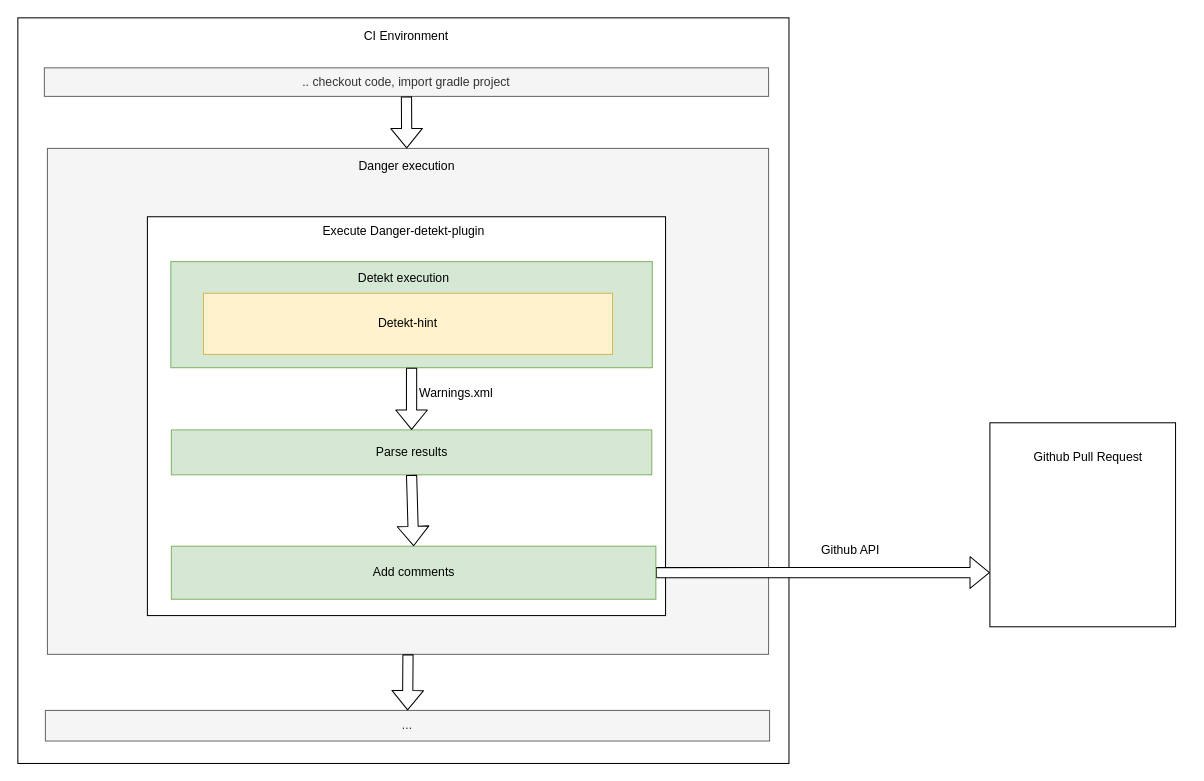
Before: report/drawio/detekt-hint.drawio in Mkohm/detekt-hint, a draw.io diagram. Source tidied: cells renumbered, new cells numbered last; positions are measured from the earlier drawing's top-left corner, leaving out a move shared by most shapes. Both pictures are drawn from the tidied source at 102%, with x=0, y=0 at pixel (17, 17).
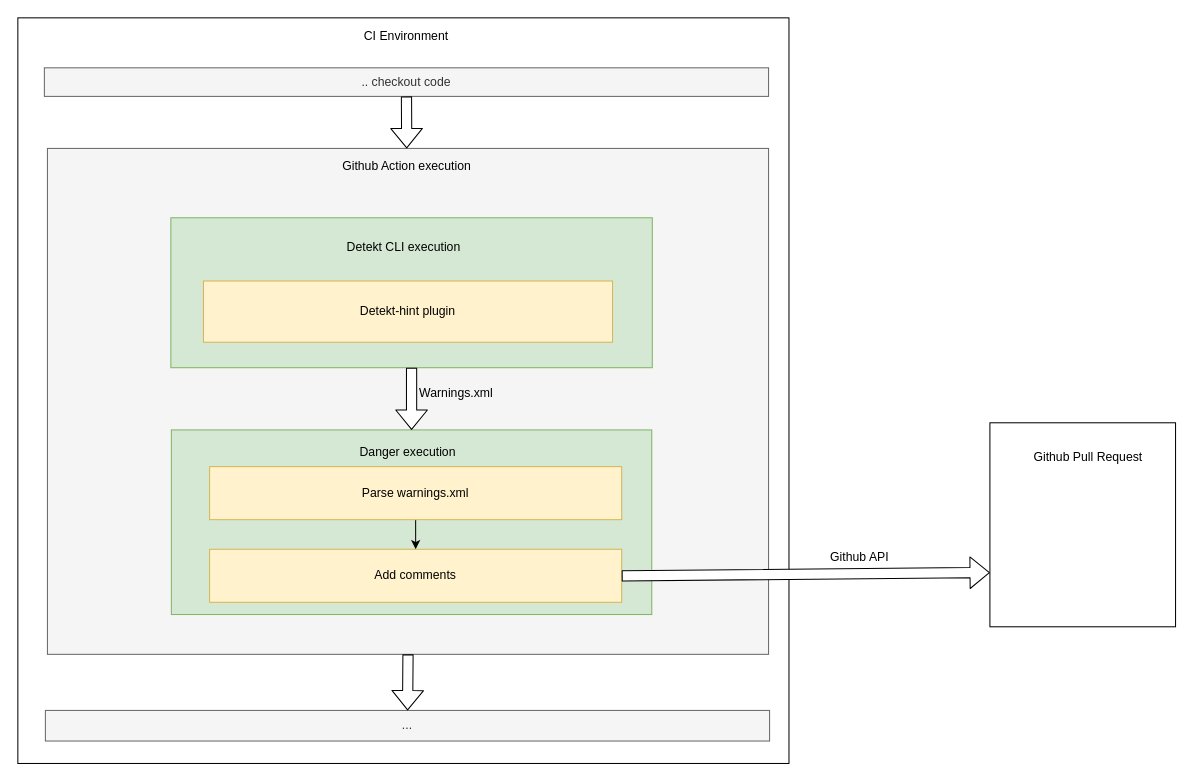
The same page after the edit.

The change refers to these unchanged cells:
```xml
<mxCell id="4" style="rounded=0;whiteSpace=wrap;html=1;" parent="3" vertex="1">
  <mxGeometry width="182" height="200" as="geometry" />
</mxCell>
```

The edit, as a diff of the source:
```diff
@@
-    <mxCell id="9" value="Danger execution" style="text;html=1;strokeColor=none;fillColor=none;align=center;verticalAlign=middle;whiteSpace=wrap;rounded=0;" parent="1" vertex="1">
+    <mxCell id="9" value="Github Action execution" style="text;html=1;strokeColor=none;fillColor=none;align=center;verticalAlign=middle;whiteSpace=wrap;rounded=0;" parent="1" vertex="1">
       <mxGeometry x="308.5" y="136" width="145" height="20" as="geometry" />
     </mxCell>
-    <mxCell id="10" value=".. checkout code, import gradle project" style="rounded=0;whiteSpace=wrap;html=1;strokeWidth=1;fillColor=#f5f5f5;strokeColor=#666666;fontColor=#333333;" parent="1" vertex="1">
+    <mxCell id="10" value=".. checkout code" style="rounded=0;whiteSpace=wrap;html=1;strokeWidth=1;fillColor=#f5f5f5;strokeColor=#666666;fontColor=#333333;" parent="1" vertex="1">
       <mxGeometry x="26" y="49" width="710" height="28" as="geometry" />
     </mxCell>
-    <mxCell id="11" style="rounded=0;whiteSpace=wrap;html=1;" parent="1" vertex="1">
-      <mxGeometry x="127" y="195" width="508" height="391" as="geometry" />
-    </mxCell>
@@
-    <mxCell id="15" style="shape=flexArrow;endArrow=classic;html=1;exitX=1;exitY=0.5;exitDx=0;exitDy=0;entryX=0;entryY=0.734;entryDx=0;entryDy=0;entryPerimeter=0;fillColor=#FFFFFF;" parent="1" edge="1" source="19" target="4">
-      <mxGeometry relative="1" as="geometry" />
-    </mxCell>
-    <mxCell id="16" value="Github API" style="text;html=1;align=center;verticalAlign=middle;labelBackgroundColor=#ffffff;" parent="15" vertex="1">
-      <mxGeometry x="0.12" y="1" relative="1" as="geometry">
-        <mxPoint x="6.6" y="-21.7" as="offset" />
-      </mxGeometry>
-    </mxCell>
-    <mxCell id="17" value="Parse results" style="rounded=0;whiteSpace=wrap;html=1;fillColor=#d5e8d4;strokeColor=#82b366;" parent="1" vertex="1">
-      <mxGeometry x="150.5" y="404" width="471" height="44" as="geometry" />
+    <mxCell id="17" style="rounded=0;whiteSpace=wrap;html=1;fillColor=#d5e8d4;strokeColor=#82b366;" parent="1" vertex="1">
+      <mxGeometry x="150.5" y="404" width="471" height="181" as="geometry" />
     </mxCell>
     <mxCell id="18" style="rounded=0;whiteSpace=wrap;html=1;fillColor=#d5e8d4;strokeColor=#82b366;" parent="1" vertex="1">
-      <mxGeometry x="150" y="239" width="472" height="104" as="geometry" />
+      <mxGeometry x="150" y="196" width="472" height="147" as="geometry" />
     </mxCell>
-    <mxCell id="19" value="Add comments" style="rounded=0;whiteSpace=wrap;html=1;fillColor=#d5e8d4;strokeColor=#82b366;" parent="1" vertex="1">
-      <mxGeometry x="150.5" y="518" width="475" height="52" as="geometry" />
+    <mxCell id="19" value="Add comments" style="rounded=0;whiteSpace=wrap;html=1;fillColor=#fff2cc;strokeColor=#d6b656;" parent="1" vertex="1">
+      <mxGeometry x="188" y="521" width="404" height="52" as="geometry" />
     </mxCell>
@@
-    <mxCell id="22" value="Execute Danger-detekt-plugin" style="text;html=1;strokeColor=none;fillColor=none;align=center;verticalAlign=middle;whiteSpace=wrap;rounded=0;" parent="1" vertex="1">
-      <mxGeometry x="254.5" y="199" width="247" height="20" as="geometry" />
-    </mxCell>
-    <mxCell id="23" value="Detekt-hint" style="rounded=0;whiteSpace=wrap;html=1;fillColor=#fff2cc;strokeColor=#d6b656;" parent="1" vertex="1">
-      <mxGeometry x="182" y="270" width="401" height="60" as="geometry" />
+    <mxCell id="23" value="Detekt-hint plugin" style="rounded=0;whiteSpace=wrap;html=1;fillColor=#fff2cc;strokeColor=#d6b656;" parent="1" vertex="1">
+      <mxGeometry x="182" y="258" width="401" height="60" as="geometry" />
     </mxCell>
-    <mxCell id="24" value="Detekt execution" style="text;html=1;strokeColor=none;fillColor=none;align=center;verticalAlign=middle;whiteSpace=wrap;rounded=0;" parent="1" vertex="1">
-      <mxGeometry x="317.8" y="245" width="120.5" height="20" as="geometry" />
+    <mxCell id="24" value="Detekt CLI execution" style="text;html=1;strokeColor=none;fillColor=none;align=center;verticalAlign=middle;whiteSpace=wrap;rounded=0;" parent="1" vertex="1">
+      <mxGeometry x="317.8" y="215" width="120.5" height="20" as="geometry" />
     </mxCell>
-    <mxCell id="25" style="shape=flexArrow;endArrow=classic;html=1;strokeWidth=1;fillColor=#FFFFFF;gradientColor=none;exitX=0.5;exitY=1;exitDx=0;exitDy=0;entryX=0.5;entryY=0;entryDx=0;entryDy=0;" parent="1" edge="1" source="17" target="19">
-      <mxGeometry relative="1" as="geometry" />
-    </mxCell>
+    <mxCell id="26" value="Danger execution" style="text;html=1;strokeColor=none;fillColor=none;align=center;verticalAlign=middle;whiteSpace=wrap;rounded=0;" parent="1" vertex="1">
+      <mxGeometry x="313" y="416" width="139" height="20" as="geometry" />
+    </mxCell>
+    <mxCell id="27" style="edgeStyle=orthogonalEdgeStyle;rounded=0;jettySize=auto;html=1;exitX=0.5;exitY=1;exitDx=0;exitDy=0;" parent="1" edge="1" source="28" target="19">
+      <mxGeometry relative="1" as="geometry" />
+    </mxCell>
+    <mxCell id="28" value="Parse warnings.xml" style="rounded=0;whiteSpace=wrap;html=1;fillColor=#fff2cc;strokeColor=#d6b656;" parent="1" vertex="1">
+      <mxGeometry x="188" y="440" width="404" height="52" as="geometry" />
+    </mxCell>
+    <mxCell id="15" style="shape=flexArrow;endArrow=classic;html=1;exitX=1;exitY=0.5;exitDx=0;exitDy=0;entryX=0;entryY=0.734;entryDx=0;entryDy=0;entryPerimeter=0;fillColor=#FFFFFF;" parent="1" edge="1" source="19" target="4">
+      <mxGeometry relative="1" as="geometry" />
+    </mxCell>
+    <mxCell id="16" value="Github API" style="text;html=1;align=center;verticalAlign=middle;labelBackgroundColor=#ffffff;" parent="15" vertex="1">
+      <mxGeometry x="0.12" y="1" relative="1" as="geometry">
+        <mxPoint x="31" y="-16.2" as="offset" />
+      </mxGeometry>
+    </mxCell>
```
